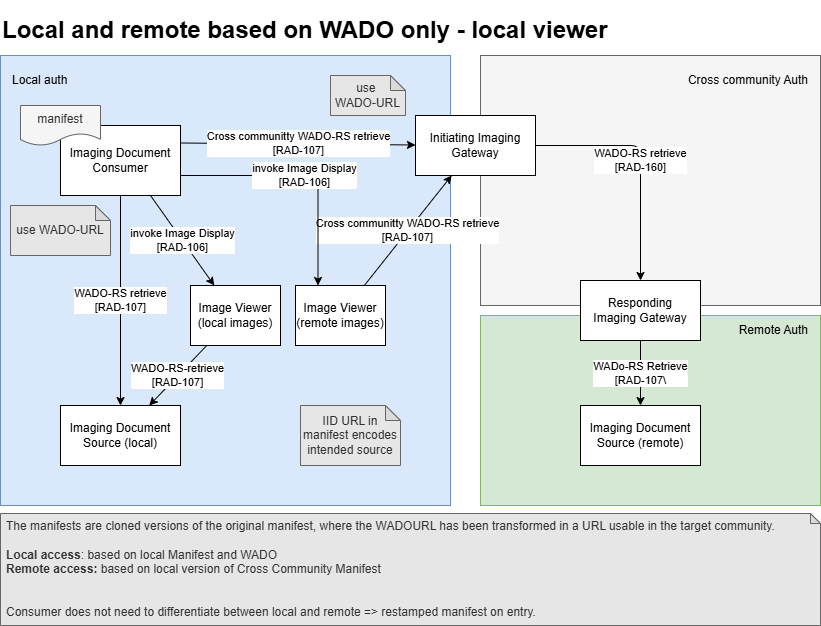
Earlier version of the draw.io export mado-profile-images/actors-1-wado-only.drawio.png (hl7-eu/imaging-manifest). Source tidied: cells renumbered, new cells last; positions are measured from the earlier drawing's top-left corner, leaving out a move shared by most shapes.
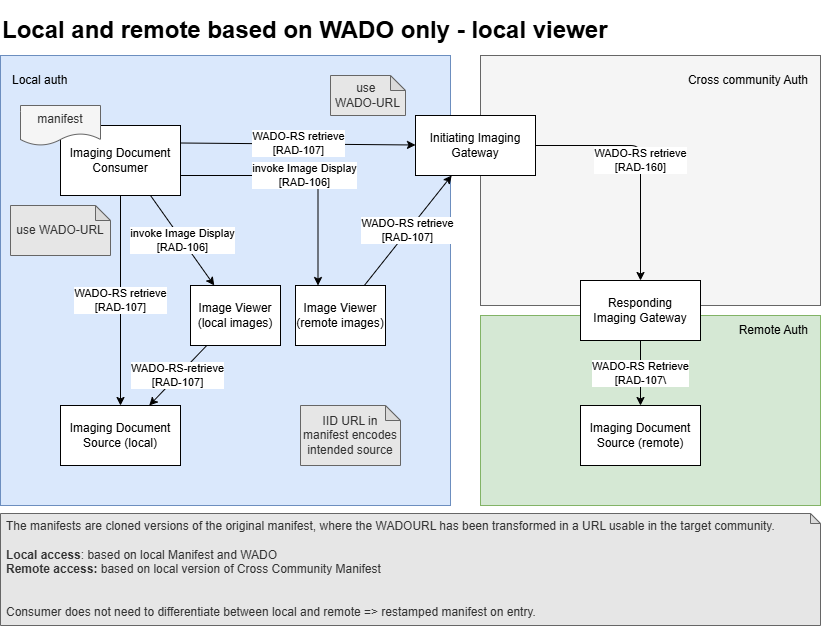
After the commit.

Change to the diagram source:
```diff
@@ -26,7 +26,7 @@
     <mxCell id="9" value="Initiating Imaging Gateway" style="whiteSpace=wrap;html=1;" parent="1" vertex="1">
       <mxGeometry x="415" y="100" width="120" height="60" as="geometry" />
     </mxCell>
-    <mxCell id="10" value="Cross communitty WADO-RS retrieve&lt;div&gt;[RAD-107]&lt;/div&gt;" style="edgeStyle=none;html=1;exitX=1;exitY=0.25;exitDx=0;exitDy=0;" parent="1" edge="1" source="11" target="9">
+    <mxCell id="10" value="WADO-RS retrieve&lt;div&gt;[RAD-107]&lt;/div&gt;" style="edgeStyle=none;html=1;exitX=1;exitY=0.25;exitDx=0;exitDy=0;" parent="1" edge="1" source="11" target="9">
       <mxGeometry relative="1" as="geometry" />
     </mxCell>
     <mxCell id="11" value="Imaging Document&lt;div&gt;Consumer&lt;/div&gt;" style="whiteSpace=wrap;html=1;" parent="1" vertex="1">
@@ -35,7 +35,7 @@
     <mxCell id="12" value="Imaging Document&lt;div&gt;Source (local)&lt;/div&gt;" style="whiteSpace=wrap;html=1;" parent="1" vertex="1">
       <mxGeometry x="60" y="390" width="120" height="60" as="geometry" />
     </mxCell>
-    <mxCell id="13" value="WADo-RS Retrieve&lt;div&gt;[RAD-107\&lt;/div&gt;" style="edgeStyle=none;html=1;" parent="1" edge="1" source="14" target="15">
+    <mxCell id="13" value="WADO-RS Retrieve&lt;div&gt;[RAD-107\&lt;/div&gt;" style="edgeStyle=none;html=1;" parent="1" edge="1" source="14" target="15">
       <mxGeometry relative="1" as="geometry" />
     </mxCell>
     <mxCell id="14" value="Responding&lt;div&gt;Imaging Gateway&lt;/div&gt;" style="whiteSpace=wrap;html=1;" parent="1" vertex="1">
@@ -62,7 +62,7 @@
     <mxCell id="21" value="Image Viewer&lt;div&gt;(local images)&lt;/div&gt;" style="whiteSpace=wrap;html=1;" parent="1" vertex="1">
       <mxGeometry x="190" y="270" width="90" height="60" as="geometry" />
     </mxCell>
-    <mxCell id="22" value="Cross communitty WADO-RS retrieve&lt;div&gt;[RAD-107]&lt;/div&gt;" style="edgeStyle=none;html=1;" parent="1" edge="1" source="25" target="9">
+    <mxCell id="22" value="WADO-RS retrieve&lt;div&gt;[RAD-107]&lt;/div&gt;" style="edgeStyle=none;html=1;" parent="1" edge="1" source="25" target="9">
       <mxGeometry relative="1" as="geometry" />
     </mxCell>
     <mxCell id="23" value="&lt;h1&gt;Local and remote based on WADO only - local viewer&lt;/h1&gt;" style="text;strokeColor=none;align=left;fillColor=none;html=1;verticalAlign=middle;whiteSpace=wrap;rounded=0;" parent="1" vertex="1">
```
